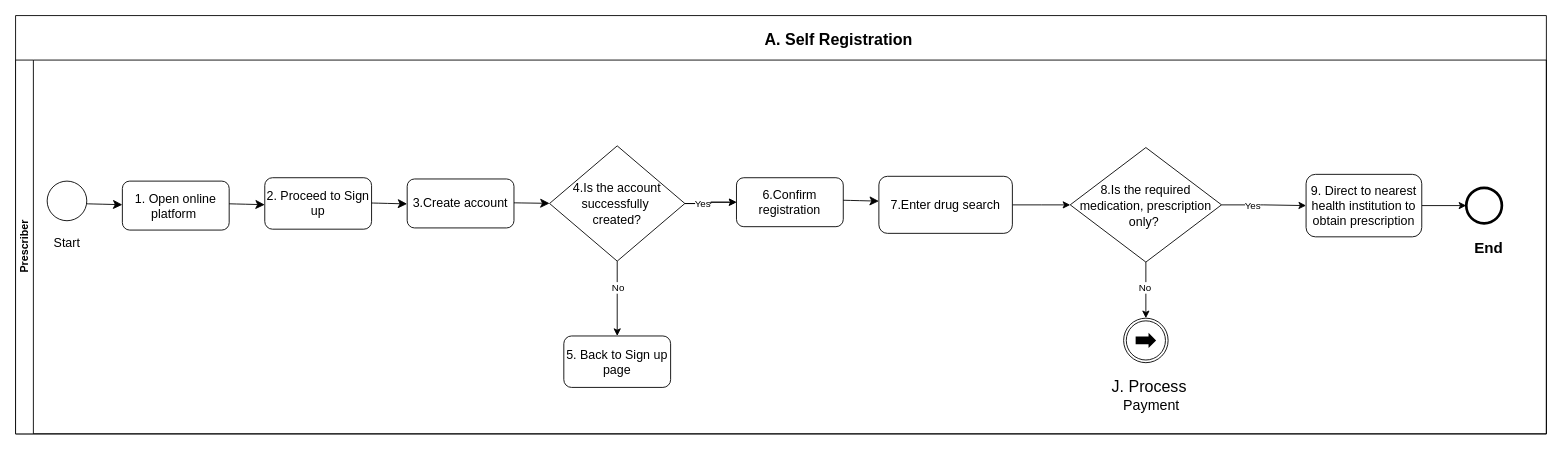
Earlier version of the draw.io diagram page "a-self-registration" (2 of 11) of BPMN_Diagrams/ePrescription DAK Diagrams.drawio (Nigeria-FHIR-Community/2025Connectathon). Source tidied: cells renumbered, new cells numbered last; positions are measured from the earlier drawing's top-left corner, leaving out a move shared by most shapes. Both pictures are drawn from the tidied source at 89%, with x=0, y=0 at pixel (15, 15).
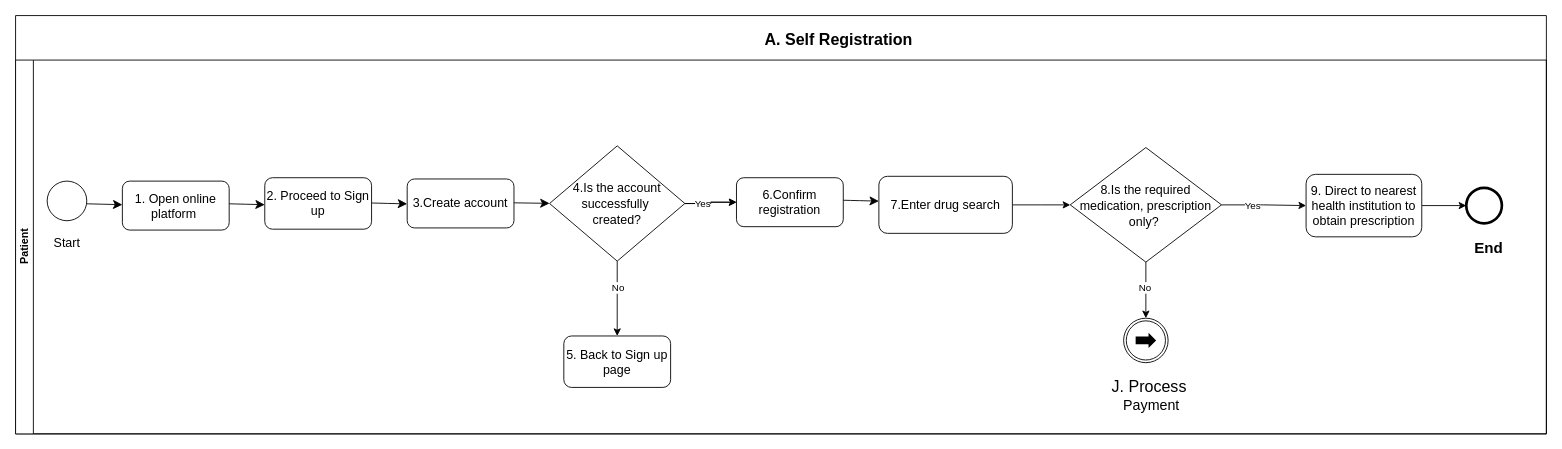
The same diagram, later.

Change to the diagram source:
```diff
@@
-    <mxCell id="34" value="Prescriber" style="swimlane;html=1;startSize=20;horizontal=0;" parent="1" vertex="1">
+    <mxCell id="34" value="Patient" style="swimlane;html=1;startSize=20;horizontal=0;" parent="1" vertex="1">
       <mxGeometry y="50" width="1720" height="420" as="geometry" />
     </mxCell>
```
